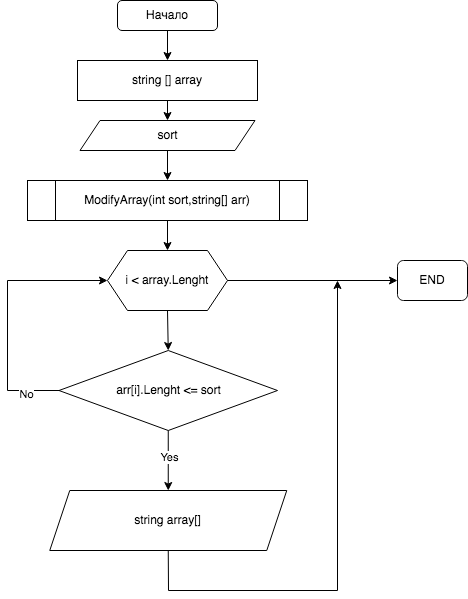
Earlier version of the draw.io export FinishWork.png (jw108/FinishWork). Source tidied: cells renumbered, new cells last; positions are measured from the earlier drawing's top-left corner, leaving out a move shared by most shapes. The source it was exported from:
```xml
<mxGraphModel>
  <root>
    <mxCell id="0" />
    <mxCell id="1" parent="0" />
    <mxCell id="2" value="Начало" style="rounded=1;whiteSpace=wrap;html=1;" parent="1" vertex="1">
      <mxGeometry x="110" width="100" height="30" as="geometry" />
    </mxCell>
    <mxCell id="3" style="endArrow=classic;html=1;rounded=0;exitX=0.5;exitY=1;exitDx=0;exitDy=0;" parent="1" edge="1" source="2">
      <mxGeometry relative="1" as="geometry">
        <mxPoint x="160" y="60" as="targetPoint" />
      </mxGeometry>
    </mxCell>
    <mxCell id="4" value="&lt;div&gt;sort&lt;br&gt;&lt;/div&gt;" style="shape=parallelogram;perimeter=parallelogramPerimeter;whiteSpace=wrap;html=1;fixedSize=1;" parent="1" vertex="1">
      <mxGeometry x="72.5" y="120" width="175" height="30" as="geometry" />
    </mxCell>
    <mxCell id="5" value="&lt;div&gt;string [] array&lt;br&gt;&lt;/div&gt;" style="rounded=0;whiteSpace=wrap;html=1;" parent="1" vertex="1">
      <mxGeometry x="70" y="60" width="180" height="40" as="geometry" />
    </mxCell>
    <mxCell id="6" style="endArrow=classic;html=1;rounded=0;exitX=0.5;exitY=1;exitDx=0;exitDy=0;entryX=0.5;entryY=0;entryDx=0;entryDy=0;" parent="1" edge="1" source="5" target="4">
      <mxGeometry relative="1" as="geometry" />
    </mxCell>
    <mxCell id="7" style="endArrow=classic;html=1;rounded=0;exitX=0.5;exitY=1;exitDx=0;exitDy=0;entryX=0.5;entryY=0;entryDx=0;entryDy=0;" parent="1" edge="1" source="4" target="9">
      <mxGeometry relative="1" as="geometry" />
    </mxCell>
    <mxCell id="8" style="edgeStyle=orthogonalEdgeStyle;rounded=0;jettySize=auto;html=1;" parent="1" edge="1" source="9" target="10">
      <mxGeometry relative="1" as="geometry" />
    </mxCell>
    <mxCell id="9" value="ModifyArray(int sort,string[] arr)" style="shape=process;whiteSpace=wrap;html=1;backgroundOutline=1;" parent="1" vertex="1">
      <mxGeometry x="20" y="180" width="280" height="40" as="geometry" />
    </mxCell>
    <mxCell id="10" value="i &amp;lt; array.Lenght" style="shape=hexagon;perimeter=hexagonPerimeter2;whiteSpace=wrap;html=1;fixedSize=1;" parent="1" vertex="1">
      <mxGeometry x="100" y="250" width="120" height="60" as="geometry" />
    </mxCell>
    <mxCell id="11" value="arr[i].Lenght &amp;lt;= sort" style="rhombus;whiteSpace=wrap;html=1;" parent="1" vertex="1">
      <mxGeometry x="51.5" y="350" width="218.5" height="80" as="geometry" />
    </mxCell>
    <mxCell id="12" style="endArrow=classic;html=1;rounded=0;exitX=0.5;exitY=1;exitDx=0;exitDy=0;entryX=0.5;entryY=0;entryDx=0;entryDy=0;" parent="1" edge="1" source="11" target="14">
      <mxGeometry relative="1" as="geometry" />
    </mxCell>
    <mxCell id="13" value="&lt;div&gt;Yes&lt;/div&gt;" style="edgeLabel;html=1;align=center;verticalAlign=middle;" parent="12" vertex="1">
      <mxGeometry x="-0.15" y="1" relative="1" as="geometry" />
    </mxCell>
    <mxCell id="14" value="string array[]" style="shape=parallelogram;perimeter=parallelogramPerimeter;whiteSpace=wrap;html=1;fixedSize=1;" parent="1" vertex="1">
      <mxGeometry x="42.2" y="490" width="237" height="60" as="geometry" />
    </mxCell>
    <mxCell id="15" style="endArrow=classic;html=1;rounded=0;exitX=0.5;exitY=1;exitDx=0;exitDy=0;entryX=0.5;entryY=0;entryDx=0;entryDy=0;" parent="1" edge="1" source="10" target="11">
      <mxGeometry relative="1" as="geometry" />
    </mxCell>
    <mxCell id="16" style="endArrow=classic;html=1;rounded=0;exitX=0;exitY=0.5;exitDx=0;exitDy=0;entryX=0;entryY=0.5;entryDx=0;entryDy=0;" parent="1" edge="1" source="11" target="10">
      <mxGeometry relative="1" as="geometry">
        <Array as="points">
          <mxPoint y="390" />
          <mxPoint y="280" />
        </Array>
      </mxGeometry>
    </mxCell>
    <mxCell id="17" value="&lt;div&gt;No&lt;/div&gt;" style="edgeLabel;html=1;align=center;verticalAlign=middle;" parent="16" vertex="1">
      <mxGeometry x="-0.74" y="3" relative="1" as="geometry" />
    </mxCell>
    <mxCell id="18" style="endArrow=classic;html=1;rounded=0;exitX=1;exitY=0.5;exitDx=0;exitDy=0;entryX=0;entryY=0.5;entryDx=0;entryDy=0;" parent="1" edge="1" source="10" target="19">
      <mxGeometry relative="1" as="geometry" />
    </mxCell>
    <mxCell id="19" value="END" style="rounded=1;whiteSpace=wrap;html=1;" parent="1" vertex="1">
      <mxGeometry x="390" y="260" width="70" height="40" as="geometry" />
    </mxCell>
    <mxCell id="20" style="endArrow=classic;html=1;rounded=0;exitX=0.5;exitY=1;exitDx=0;exitDy=0;" parent="1" edge="1" source="14">
      <mxGeometry relative="1" as="geometry">
        <mxPoint x="330" y="280" as="targetPoint" />
        <Array as="points">
          <mxPoint x="161" y="590" />
          <mxPoint x="330" y="590" />
        </Array>
      </mxGeometry>
    </mxCell>
  </root>
</mxGraphModel>
```
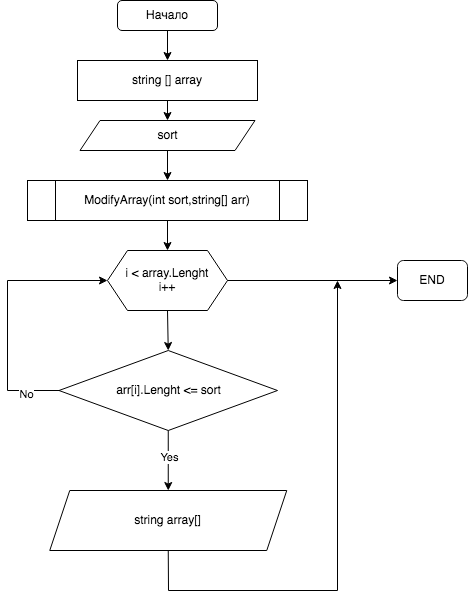
The same diagram one commit later.

Commit message:
Дополнил схему

Change to the diagram source:
```diff
@@ -28,7 +28,7 @@
     <mxCell id="9" value="ModifyArray(int sort,string[] arr)" style="shape=process;whiteSpace=wrap;html=1;backgroundOutline=1;" parent="1" vertex="1">
       <mxGeometry x="20" y="180" width="280" height="40" as="geometry" />
     </mxCell>
-    <mxCell id="10" value="i &amp;lt; array.Lenght" style="shape=hexagon;perimeter=hexagonPerimeter2;whiteSpace=wrap;html=1;fixedSize=1;" parent="1" vertex="1">
+    <mxCell id="10" value="&lt;div&gt;i &amp;lt; array.Lenght&lt;/div&gt;&lt;div&gt;i++&lt;br&gt;&lt;/div&gt;" style="shape=hexagon;perimeter=hexagonPerimeter2;whiteSpace=wrap;html=1;fixedSize=1;" parent="1" vertex="1">
       <mxGeometry x="100" y="250" width="120" height="60" as="geometry" />
     </mxCell>
     <mxCell id="11" value="arr[i].Lenght &amp;lt;= sort" style="rhombus;whiteSpace=wrap;html=1;" parent="1" vertex="1">
```
